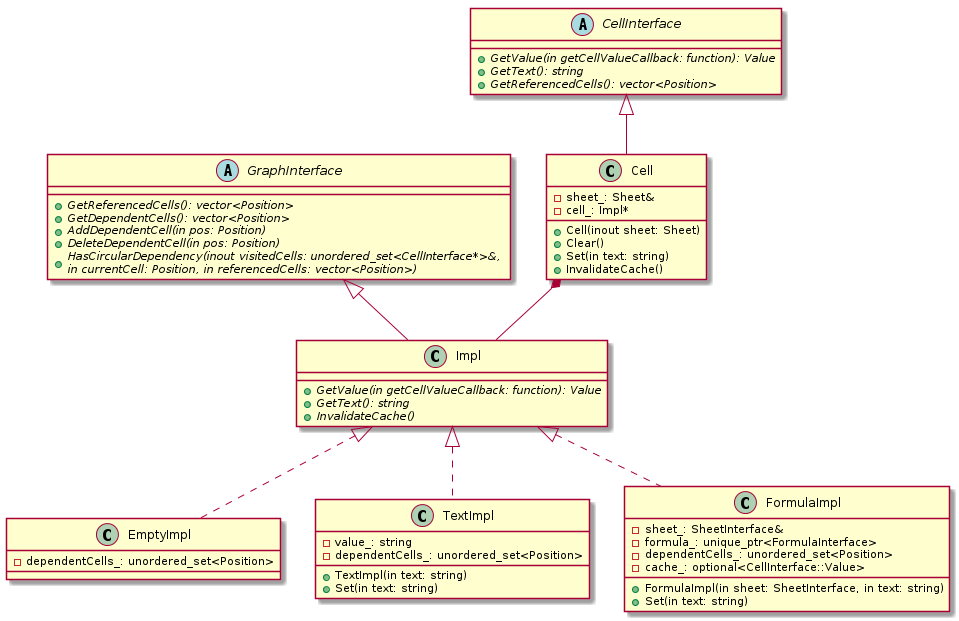
Earlier version of the PlantUML export uml/png/cell.png (kazarynau/YandexPraktikumFinal).
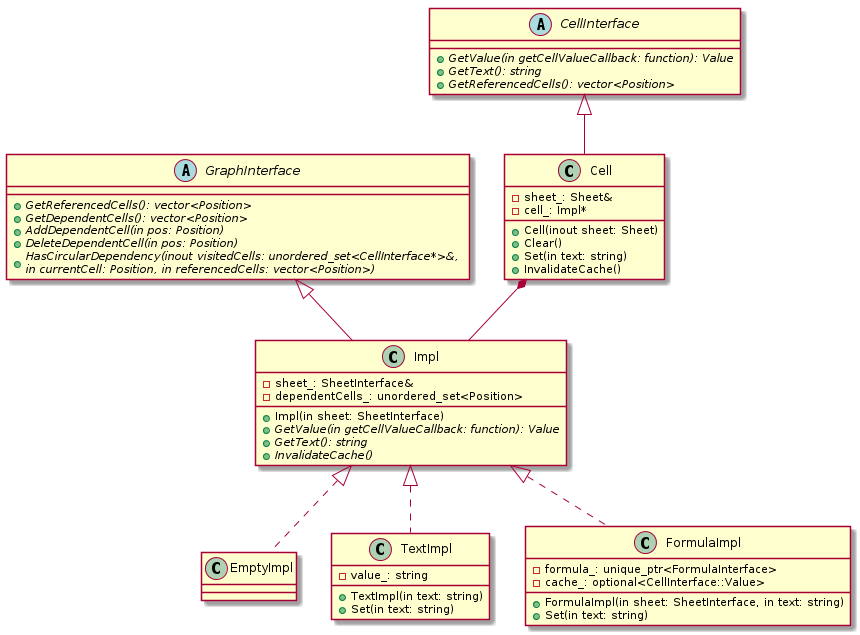
Later version of the same file.

Commit message:
Move dependentCells_ to Impl

Diff of the diagram source:
```diff
@@ -9,31 +9,31 @@
 }
 
 abstract class Impl {
+    +Impl(in sheet: SheetInterface)
     +{abstract} GetValue(in getCellValueCallback: function): Value
     +{abstract} GetText(): string
     +{abstract} InvalidateCache()
+
+    -sheet_: SheetInterface&
+    -dependentCells_: unordered_set<Position>
 }
 
 class Impl extends GraphInterface
 
 class EmptyImpl {
-    -dependentCells_: unordered_set<Position>
 }
 
 class TextImpl {
     +TextImpl(in text: string)
     +Set(in text: string)
     -value_: string
-    -dependentCells_: unordered_set<Position>
 }
 
 class FormulaImpl {
     +FormulaImpl(in sheet: SheetInterface, in text: string)
     +Set(in text: string)
 
-    -sheet_: SheetInterface&
     -formula_: unique_ptr<FormulaInterface>
-    -dependentCells_: unordered_set<Position>
     -cache_: optional<CellInterface::Value>
 }
 
```
